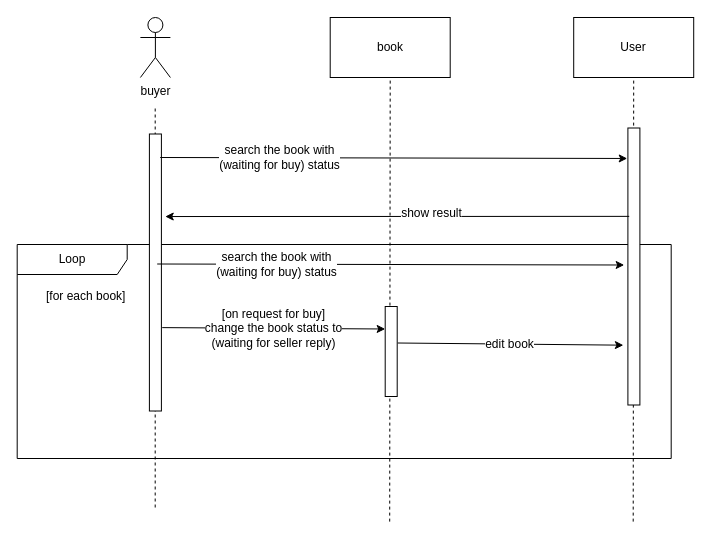
This is Sequence Diagram/sequence-diagram-complete-book-selling.drawio from m-bassiri/HamyarApp, a draw.io file, before an edit. Source tidied: cells renumbered, new cells numbered last; positions are measured from the earlier drawing's top-left corner, leaving out a move shared by most shapes. Both pictures are drawn from the tidied source at 100%, with x=0, y=0 at pixel (16, 17).
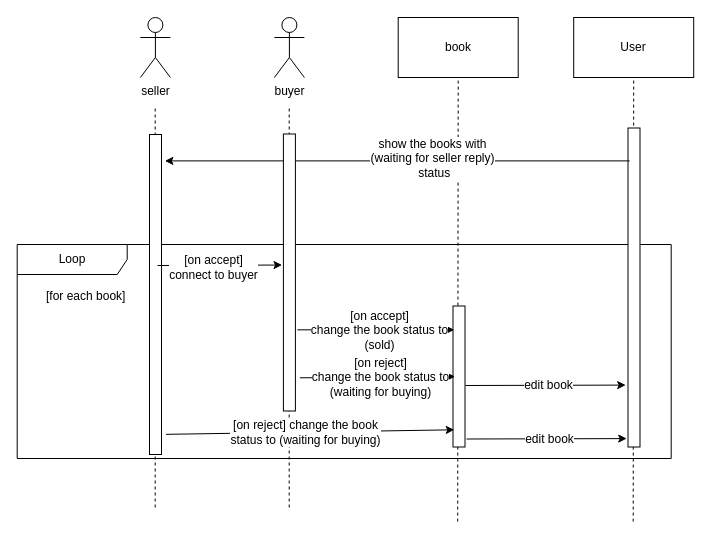
Above is the later version.

Diff of the diagram source:
```diff
@@
-    <mxCell id="3" value="buyer" style="shape=umlActor;verticalLabelPosition=bottom;labelBackgroundColor=#ffffff;verticalAlign=top;html=1;" parent="1" vertex="1">
+    <mxCell id="3" value="seller" style="shape=umlActor;verticalLabelPosition=bottom;labelBackgroundColor=#ffffff;verticalAlign=top;html=1;" parent="1" vertex="1">
       <mxGeometry x="123.9" width="30" height="60" as="geometry" />
     </mxCell>
@@
     <mxCell id="5" value="book" style="rounded=0;whiteSpace=wrap;html=1;" parent="1" vertex="1">
-      <mxGeometry x="313.7" width="120" height="60" as="geometry" />
+      <mxGeometry x="381.7" width="120" height="60" as="geometry" />
     </mxCell>
     <mxCell id="6" style="endArrow=none;dashed=1;html=1;entryX=0.5;entryY=1;entryDx=0;entryDy=0;" parent="1" edge="1" target="5">
       <mxGeometry relative="1" as="geometry">
-        <mxPoint x="373.2" y="504.1" as="sourcePoint" />
+        <mxPoint x="441.2" y="504.1" as="sourcePoint" />
       </mxGeometry>
     </mxCell>
     <mxCell id="7" style="rounded=0;whiteSpace=wrap;html=1;rotation=-90;" parent="1" vertex="1">
-      <mxGeometry x="0.4" y="249" width="277" height="12" as="geometry" />
+      <mxGeometry x="-21" y="271" width="320" height="12" as="geometry" />
     </mxCell>
     <mxCell id="8" style="rounded=0;whiteSpace=wrap;html=1;rotation=-90;" parent="1" vertex="1">
-      <mxGeometry x="329.7" y="328" width="90" height="12" as="geometry" />
+      <mxGeometry x="372" y="353" width="141" height="12" as="geometry" />
     </mxCell>
@@
     <mxCell id="11" style="rounded=0;whiteSpace=wrap;html=1;rotation=-90;" parent="1" vertex="1">
-      <mxGeometry x="478.9" y="243" width="277" height="12" as="geometry" />
+      <mxGeometry x="458" y="264" width="319" height="12" as="geometry" />
     </mxCell>
-    <mxCell id="12" style="endArrow=classic;html=1;exitX=0.909;exitY=1.081;exitDx=0;exitDy=0;exitPerimeter=0;entryX=0.89;entryY=-0.056;entryDx=0;entryDy=0;entryPerimeter=0;" parent="1" edge="1" target="11">
-      <mxGeometry relative="1" as="geometry">
-        <mxPoint x="143.7" y="140" as="sourcePoint" />
-      </mxGeometry>
-    </mxCell>
-    <mxCell id="13" value="search the book with &lt;br&gt;(waiting for buy)&amp;nbsp;status" style="text;html=1;align=center;verticalAlign=middle;labelBackgroundColor=#ffffff;" parent="12" vertex="1">
-      <mxGeometry x="-0.12" y="5" relative="1" as="geometry">
-        <mxPoint x="-86" y="4.5" as="offset" />
-      </mxGeometry>
-    </mxCell>
-    <mxCell id="14" style="endArrow=classic;html=1;entryX=0.702;entryY=1.319;entryDx=0;entryDy=0;entryPerimeter=0;exitX=0.681;exitY=0.111;exitDx=0;exitDy=0;exitPerimeter=0;" parent="1" edge="1" source="11" target="7">
-      <mxGeometry relative="1" as="geometry" />
+    <mxCell id="14" style="endArrow=classic;html=1;entryX=0.702;entryY=1.319;entryDx=0;entryDy=0;entryPerimeter=0;exitX=0.681;exitY=0.111;exitDx=0;exitDy=0;exitPerimeter=0;" parent="1" edge="1">
+      <mxGeometry relative="1" as="geometry">
+        <mxPoint x="613.1" y="143.4" as="sourcePoint" />
+        <mxPoint x="148.4" y="143.4" as="targetPoint" />
+      </mxGeometry>
     </mxCell>
-    <mxCell id="15" value="show result" style="text;html=1;align=center;verticalAlign=middle;labelBackgroundColor=#ffffff;" parent="14" vertex="1">
+    <mxCell id="15" value="show the books with&lt;br&gt;(waiting for seller reply)&lt;br&gt;&amp;nbsp;status&lt;br&gt;" style="text;html=1;align=center;verticalAlign=middle;labelBackgroundColor=#ffffff;" parent="14" vertex="1">
       <mxGeometry x="-0.12" y="5" relative="1" as="geometry">
         <mxPoint x="6" y="-8" as="offset" />
       </mxGeometry>
     </mxCell>
-    <mxCell id="16" style="endArrow=classic;html=1;exitX=0.909;exitY=1.081;exitDx=0;exitDy=0;exitPerimeter=0;entryX=0.89;entryY=-0.056;entryDx=0;entryDy=0;entryPerimeter=0;" parent="1" edge="1">
+    <mxCell id="16" style="endArrow=classic;html=1;entryX=0.527;entryY=-0.113;entryDx=0;entryDy=0;entryPerimeter=0;" parent="1" edge="1" target="25">
       <mxGeometry relative="1" as="geometry">
-        <mxPoint x="140.7" y="246.5" as="sourcePoint" />
-        <mxPoint x="607.7" y="247.5" as="targetPoint" />
+        <mxPoint x="141" y="248" as="sourcePoint" />
       </mxGeometry>
     </mxCell>
-    <mxCell id="17" value="search the book with &lt;br&gt;(waiting for buy)&amp;nbsp;status" style="text;html=1;align=center;verticalAlign=middle;labelBackgroundColor=#ffffff;" parent="16" vertex="1">
+    <mxCell id="17" value="[on accept] &lt;br&gt;connect to buyer" style="text;html=1;align=center;verticalAlign=middle;labelBackgroundColor=#ffffff;" parent="16" vertex="1">
       <mxGeometry x="-0.12" y="5" relative="1" as="geometry">
-        <mxPoint x="-86" y="4.5" as="offset" />
+        <mxPoint x="1" y="7" as="offset" />
       </mxGeometry>
     </mxCell>
@@
-    <mxCell id="19" style="endArrow=classic;html=1;entryX=0.75;entryY=0;entryDx=0;entryDy=0;exitX=0.301;exitY=1.069;exitDx=0;exitDy=0;exitPerimeter=0;" parent="1" edge="1" source="7" target="8">
+    <mxCell id="19" style="endArrow=classic;html=1;exitX=0.293;exitY=1.162;exitDx=0;exitDy=0;exitPerimeter=0;entryX=0.831;entryY=0.105;entryDx=0;entryDy=0;entryPerimeter=0;" parent="1" edge="1" source="25" target="8">
       <mxGeometry relative="1" as="geometry" />
     </mxCell>
-    <mxCell id="20" value="[on request for buy]&lt;br&gt;change the book status to&lt;br&gt;(waiting for seller reply)&lt;br&gt;" style="text;html=1;align=center;verticalAlign=middle;labelBackgroundColor=#ffffff;" parent="19" vertex="1">
+    <mxCell id="20" value="[on accept]&lt;br&gt;change the book status to&lt;br&gt;(sold)&lt;br&gt;" style="text;html=1;align=center;verticalAlign=middle;labelBackgroundColor=#ffffff;" parent="19" vertex="1">
       <mxGeometry x="-0.12" y="5" relative="1" as="geometry">
         <mxPoint x="12.5" y="5" as="offset" />
       </mxGeometry>
     </mxCell>
-    <mxCell id="21" style="endArrow=classic;html=1;entryX=0.216;entryY=-0.377;entryDx=0;entryDy=0;entryPerimeter=0;" parent="1" edge="1" target="11">
+    <mxCell id="21" style="endArrow=classic;html=1;entryX=0.216;entryY=-0.377;entryDx=0;entryDy=0;entryPerimeter=0;" parent="1" edge="1">
       <mxGeometry relative="1" as="geometry">
-        <mxPoint x="381.2" y="325.5" as="sourcePoint" />
+        <mxPoint x="449" y="368" as="sourcePoint" />
+        <mxPoint x="609.2" y="367.6" as="targetPoint" />
       </mxGeometry>
     </mxCell>
@@
+    <mxCell id="23" value="buyer" style="shape=umlActor;verticalLabelPosition=bottom;labelBackgroundColor=#ffffff;verticalAlign=top;html=1;" parent="1" vertex="1">
+      <mxGeometry x="257.9" width="30" height="60" as="geometry" />
+    </mxCell>
+    <mxCell id="24" style="endArrow=none;dashed=1;html=1;" parent="1" edge="1">
+      <mxGeometry relative="1" as="geometry">
+        <mxPoint x="272.7" y="490" as="sourcePoint" />
+        <mxPoint x="272.7" y="90" as="targetPoint" />
+      </mxGeometry>
+    </mxCell>
+    <mxCell id="25" style="rounded=0;whiteSpace=wrap;html=1;rotation=-90;" parent="1" vertex="1">
+      <mxGeometry x="134.4" y="249" width="277" height="12" as="geometry" />
+    </mxCell>
+    <mxCell id="26" style="endArrow=classic;html=1;entryX=0.75;entryY=0;entryDx=0;entryDy=0;exitX=0.293;exitY=1.162;exitDx=0;exitDy=0;exitPerimeter=0;" parent="1" edge="1">
+      <mxGeometry relative="1" as="geometry">
+        <mxPoint x="283.3" y="360.3" as="sourcePoint" />
+        <mxPoint x="438.6" y="359.1" as="targetPoint" />
+      </mxGeometry>
+    </mxCell>
+    <mxCell id="27" value="[on reject]&lt;br&gt;change the book status to&lt;br&gt;(waiting for buying)&lt;br&gt;" style="text;html=1;align=center;verticalAlign=middle;labelBackgroundColor=#ffffff;" parent="26" vertex="1">
+      <mxGeometry x="-0.12" y="5" relative="1" as="geometry">
+        <mxPoint x="12.5" y="5" as="offset" />
+      </mxGeometry>
+    </mxCell>
+    <mxCell id="28" style="endArrow=classic;html=1;entryX=0.122;entryY=0.105;entryDx=0;entryDy=0;exitX=0.063;exitY=1.377;exitDx=0;exitDy=0;exitPerimeter=0;entryPerimeter=0;" parent="1" edge="1" source="7" target="8">
+      <mxGeometry relative="1" as="geometry" />
+    </mxCell>
+    <mxCell id="29" value="[on reject] change the book &lt;br&gt;status to (waiting for buying)&lt;br&gt;" style="text;html=1;align=center;verticalAlign=middle;labelBackgroundColor=#ffffff;" parent="28" vertex="1">
+      <mxGeometry x="-0.12" y="5" relative="1" as="geometry">
+        <mxPoint x="12.5" y="5" as="offset" />
+      </mxGeometry>
+    </mxCell>
+    <mxCell id="30" style="endArrow=classic;html=1;entryX=0.216;entryY=-0.377;entryDx=0;entryDy=0;entryPerimeter=0;" parent="1" edge="1">
+      <mxGeometry relative="1" as="geometry">
+        <mxPoint x="450" y="421.5" as="sourcePoint" />
+        <mxPoint x="610.2" y="421.1" as="targetPoint" />
+      </mxGeometry>
+    </mxCell>
+    <mxCell id="31" value="edit book&lt;br&gt;" style="text;html=1;align=center;verticalAlign=middle;labelBackgroundColor=#ffffff;" parent="30" vertex="1">
+      <mxGeometry x="-0.12" y="5" relative="1" as="geometry">
+        <mxPoint x="12.5" y="5" as="offset" />
+      </mxGeometry>
+    </mxCell>
```
